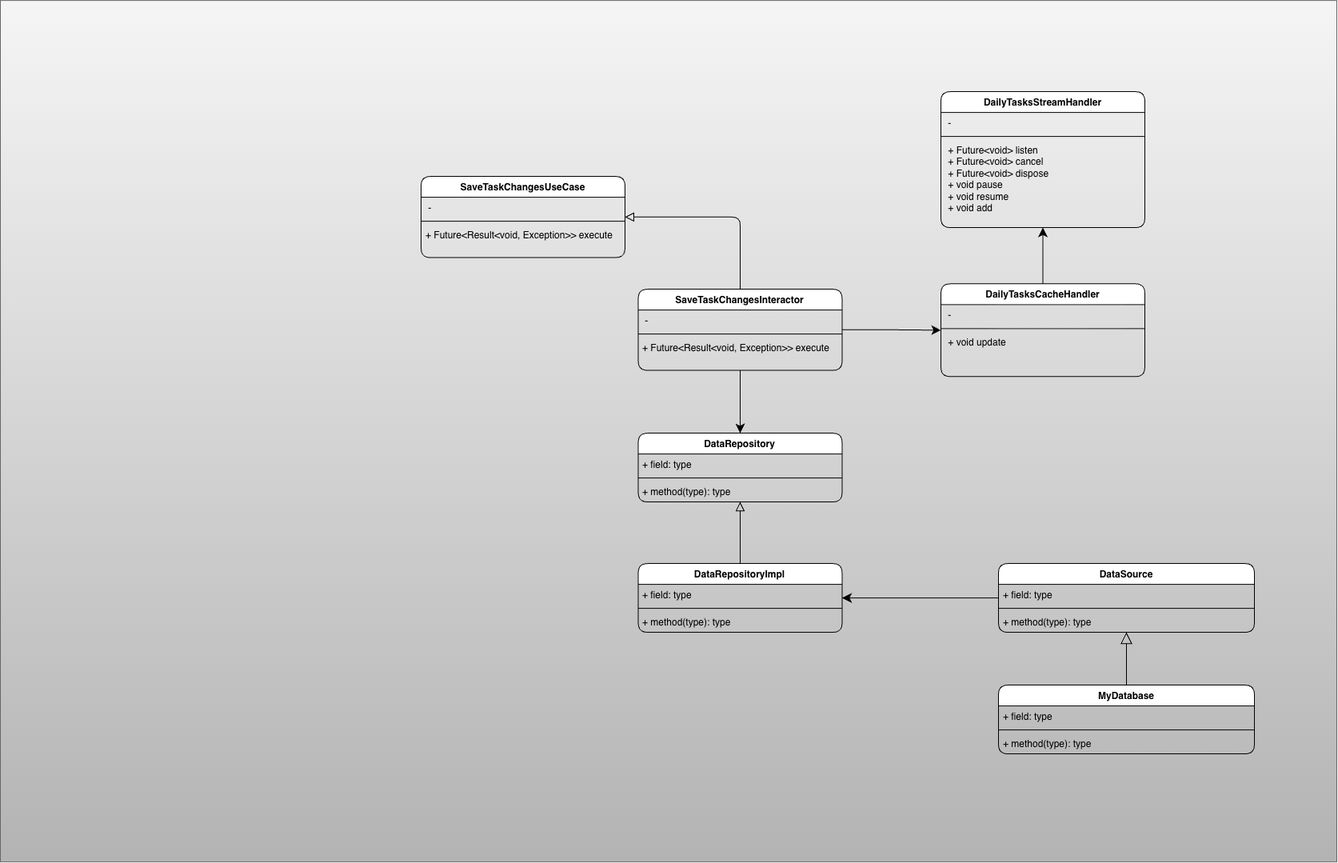
Earlier version of the draw.io export architecture/save_task_changes.drawio.png (champi-flutter/three_tasks). Source tidied: cells renumbered, new cells last; positions are measured from the earlier drawing's top-left corner, leaving out a move shared by most shapes.
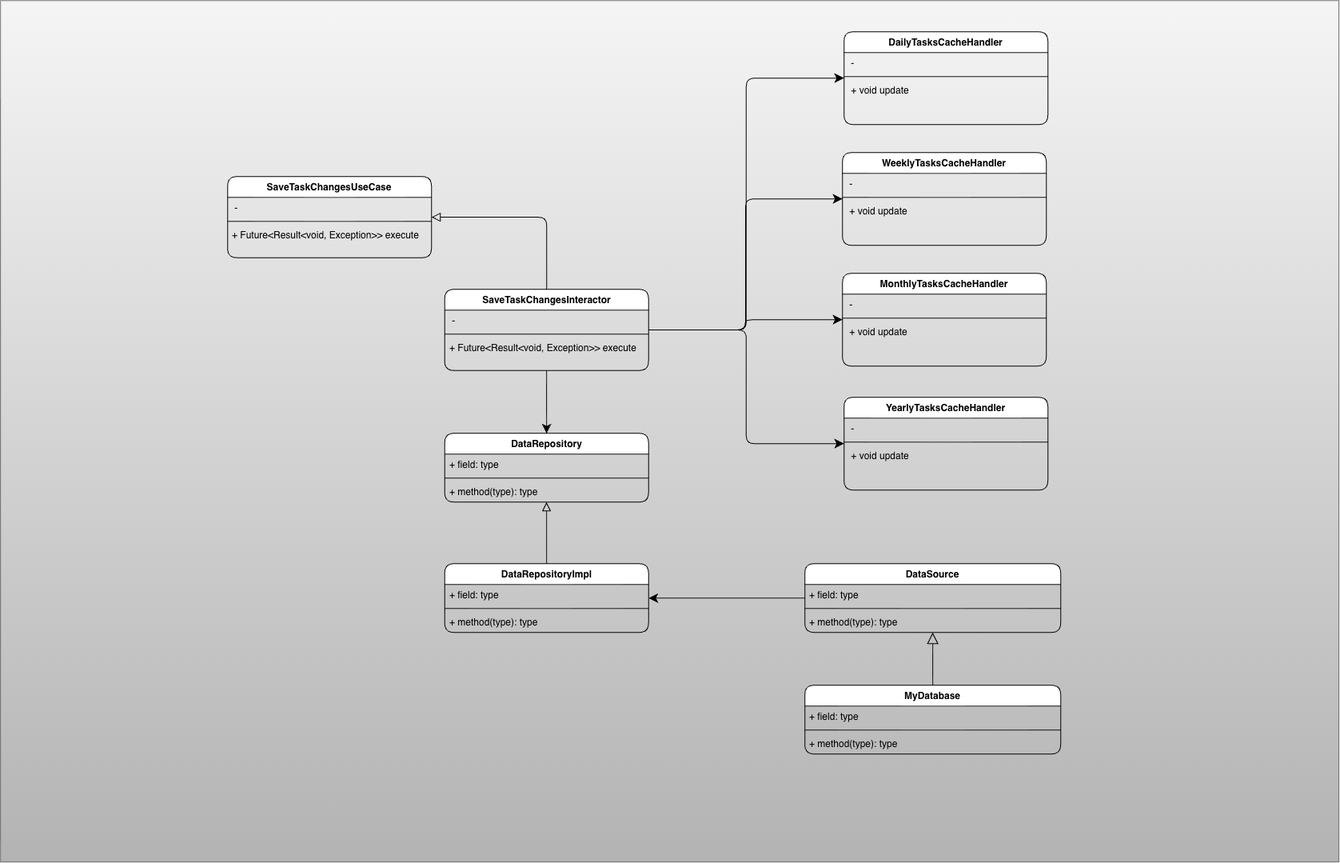
Above is the later version.

Commit message:
watch_daily_tasks 修正

What changed in the source:
```diff
@@ -3,7 +3,7 @@
     <mxCell id="0" />
     <mxCell id="1" parent="0" />
     <mxCell id="2" style="rounded=0;whiteSpace=wrap;html=1;fillColor=#f5f5f5;gradientColor=#b3b3b3;strokeColor=#666666;" parent="1" vertex="1">
-      <mxGeometry width="1671" height="1077" as="geometry" />
+      <mxGeometry x="242" width="1674" height="1077" as="geometry" />
     </mxCell>
     <mxCell id="3" style="edgeStyle=orthogonalEdgeStyle;shape=connector;rounded=1;jettySize=auto;html=1;entryX=0.5;entryY=0;entryDx=0;entryDy=0;strokeColor=default;align=center;verticalAlign=middle;fontFamily=Helvetica;fontSize=11;fontColor=default;labelBackgroundColor=default;startSize=9;endArrow=classic;endSize=9;curved=0;" parent="1" edge="1" source="6" target="10">
       <mxGeometry relative="1" as="geometry" />
@@ -14,6 +14,15 @@
     <mxCell id="5" style="edgeStyle=orthogonalEdgeStyle;shape=connector;curved=0;rounded=1;jettySize=auto;html=1;entryX=0;entryY=0.5;entryDx=0;entryDy=0;strokeColor=default;align=center;verticalAlign=middle;fontFamily=Helvetica;fontSize=11;fontColor=default;labelBackgroundColor=default;startSize=9;endArrow=classic;endSize=9;" parent="1" edge="1" source="6" target="38">
       <mxGeometry relative="1" as="geometry" />
     </mxCell>
+    <mxCell id="42" style="edgeStyle=orthogonalEdgeStyle;shape=connector;curved=0;rounded=1;jettySize=auto;html=1;entryX=0;entryY=0.5;entryDx=0;entryDy=0;strokeColor=default;align=center;verticalAlign=middle;fontFamily=Helvetica;fontSize=11;fontColor=default;labelBackgroundColor=default;startSize=9;endArrow=classic;endSize=9;" parent="1" edge="1" source="6" target="53">
+      <mxGeometry relative="1" as="geometry" />
+    </mxCell>
+    <mxCell id="43" style="edgeStyle=orthogonalEdgeStyle;shape=connector;curved=0;rounded=1;jettySize=auto;html=1;exitX=1;exitY=0.5;exitDx=0;exitDy=0;entryX=0;entryY=0.5;entryDx=0;entryDy=0;strokeColor=default;align=center;verticalAlign=middle;fontFamily=Helvetica;fontSize=11;fontColor=default;labelBackgroundColor=default;startSize=9;endArrow=classic;endSize=9;" parent="1" edge="1" source="6" target="49">
+      <mxGeometry relative="1" as="geometry" />
+    </mxCell>
+    <mxCell id="44" style="edgeStyle=orthogonalEdgeStyle;shape=connector;curved=0;rounded=1;jettySize=auto;html=1;entryX=0;entryY=0.5;entryDx=0;entryDy=0;strokeColor=default;align=center;verticalAlign=middle;fontFamily=Helvetica;fontSize=11;fontColor=default;labelBackgroundColor=default;startSize=9;endArrow=classic;endSize=9;" parent="1" edge="1" source="6" target="45">
+      <mxGeometry relative="1" as="geometry" />
+    </mxCell>
     <mxCell id="6" value="SaveTaskChangesInteractor" style="swimlane;fontStyle=1;align=center;verticalAlign=top;horizontal=1;startSize=26;whiteSpace=wrap;html=1;rounded=1;" parent="1" vertex="1">
       <mxGeometry x="797.5" y="361" width="255" height="101.5" as="geometry" />
     </mxCell>
@@ -95,23 +104,8 @@
     <mxCell id="32" value="+ Future&amp;lt;Result&amp;lt;void, Exception&amp;gt;&amp;gt; execute" style="text;strokeColor=none;fillColor=none;align=left;verticalAlign=top;spacingLeft=4;spacingRight=4;overflow=hidden;whiteSpace=wrap;html=1;rounded=1;" parent="29" vertex="1">
       <mxGeometry y="60" width="255" height="41.5" as="geometry" />
     </mxCell>
-    <mxCell id="33" value="DailyTasksStreamHandler" style="swimlane;fontStyle=1;align=center;verticalAlign=top;horizontal=1;startSize=26;whiteSpace=wrap;html=1;rounded=1;" parent="1" vertex="1">
-      <mxGeometry x="1176" y="114" width="255" height="170" as="geometry" />
-    </mxCell>
-    <mxCell id="34" value="&amp;nbsp;-&amp;nbsp;" style="text;strokeColor=none;fillColor=none;align=left;verticalAlign=top;spacingLeft=4;spacingRight=4;overflow=hidden;whiteSpace=wrap;html=1;rounded=1;" parent="33" vertex="1">
-      <mxGeometry y="26" width="255" height="26" as="geometry" />
-    </mxCell>
-    <mxCell id="35" style="line;strokeWidth=1;fillColor=none;align=left;verticalAlign=middle;spacingTop=-1;spacingLeft=3;spacingRight=3;labelPosition=right;strokeColor=inherit;rounded=1;" parent="33" vertex="1">
-      <mxGeometry y="52" width="255" height="8" as="geometry" />
-    </mxCell>
-    <mxCell id="36" value="&amp;nbsp;+ &lt;span style=&quot;background-color: transparent;&quot;&gt;Future&amp;lt;void&amp;gt; listen&lt;/span&gt;&lt;div&gt;&lt;span style=&quot;background-color: transparent; color: light-dark(rgb(0, 0, 0), rgb(255, 255, 255));&quot;&gt;&amp;nbsp;+ &lt;/span&gt;&lt;span style=&quot;background-color: transparent;&quot;&gt;Future&amp;lt;void&amp;gt; cancel&lt;/span&gt;&lt;/div&gt;&lt;div&gt;&lt;span style=&quot;background-color: transparent;&quot;&gt;&amp;nbsp;+ &lt;/span&gt;&lt;span style=&quot;background-color: transparent;&quot;&gt;Future&amp;lt;void&amp;gt; dispose&lt;/span&gt;&lt;/div&gt;&lt;div&gt;&lt;span style=&quot;background-color: transparent;&quot;&gt;&amp;nbsp;+ &lt;/span&gt;&lt;span style=&quot;background-color: transparent;&quot;&gt;void pause&lt;/span&gt;&lt;/div&gt;&lt;div&gt;&lt;span style=&quot;background-color: transparent;&quot;&gt;&amp;nbsp;+ &lt;/span&gt;&lt;span style=&quot;background-color: transparent;&quot;&gt;void resume&lt;/span&gt;&lt;/div&gt;&lt;div&gt;&lt;span style=&quot;background-color: transparent;&quot;&gt;&amp;nbsp;+ void add&lt;/span&gt;&lt;/div&gt;" style="text;strokeColor=none;fillColor=none;align=left;verticalAlign=top;spacingLeft=4;spacingRight=4;overflow=hidden;whiteSpace=wrap;html=1;rounded=1;" parent="33" vertex="1">
-      <mxGeometry y="60" width="255" height="110" as="geometry" />
-    </mxCell>
-    <mxCell id="37" style="edgeStyle=orthogonalEdgeStyle;shape=connector;curved=0;rounded=1;jettySize=auto;html=1;entryX=0.5;entryY=1;entryDx=0;entryDy=0;strokeColor=default;align=center;verticalAlign=middle;fontFamily=Helvetica;fontSize=11;fontColor=default;labelBackgroundColor=default;startSize=9;endArrow=classic;endSize=9;" parent="1" edge="1" source="38" target="33">
-      <mxGeometry relative="1" as="geometry" />
-    </mxCell>
     <mxCell id="38" value="DailyTasksCacheHandler" style="swimlane;fontStyle=1;align=center;verticalAlign=top;horizontal=1;startSize=26;whiteSpace=wrap;html=1;rounded=1;" parent="1" vertex="1">
-      <mxGeometry x="1176" y="354.2" width="255" height="116" as="geometry" />
+      <mxGeometry x="1297" y="39" width="255" height="116" as="geometry" />
     </mxCell>
     <mxCell id="39" value="&amp;nbsp;-&amp;nbsp;" style="text;strokeColor=none;fillColor=none;align=left;verticalAlign=top;spacingLeft=4;spacingRight=4;overflow=hidden;whiteSpace=wrap;html=1;rounded=1;" parent="38" vertex="1">
       <mxGeometry y="26" width="255" height="26" as="geometry" />
@@ -122,5 +116,41 @@
     <mxCell id="41" value="&lt;div&gt;&amp;nbsp;+ void update&lt;br&gt;&lt;/div&gt;" style="text;strokeColor=none;fillColor=none;align=left;verticalAlign=top;spacingLeft=4;spacingRight=4;overflow=hidden;whiteSpace=wrap;html=1;rounded=1;" parent="38" vertex="1">
       <mxGeometry y="60" width="255" height="56" as="geometry" />
     </mxCell>
+    <mxCell id="45" value="YearlyTasksCacheHandler" style="swimlane;fontStyle=1;align=center;verticalAlign=top;horizontal=1;startSize=26;whiteSpace=wrap;html=1;rounded=1;" parent="1" vertex="1">
+      <mxGeometry x="1297" y="496" width="255" height="116" as="geometry" />
+    </mxCell>
+    <mxCell id="46" value="&amp;nbsp;-&amp;nbsp;" style="text;strokeColor=none;fillColor=none;align=left;verticalAlign=top;spacingLeft=4;spacingRight=4;overflow=hidden;whiteSpace=wrap;html=1;rounded=1;" parent="45" vertex="1">
+      <mxGeometry y="26" width="255" height="26" as="geometry" />
+    </mxCell>
+    <mxCell id="47" style="line;strokeWidth=1;fillColor=none;align=left;verticalAlign=middle;spacingTop=-1;spacingLeft=3;spacingRight=3;labelPosition=right;strokeColor=inherit;rounded=1;" parent="45" vertex="1">
+      <mxGeometry y="52" width="255" height="8" as="geometry" />
+    </mxCell>
+    <mxCell id="48" value="&lt;div&gt;&amp;nbsp;+ void update&lt;br&gt;&lt;/div&gt;" style="text;strokeColor=none;fillColor=none;align=left;verticalAlign=top;spacingLeft=4;spacingRight=4;overflow=hidden;whiteSpace=wrap;html=1;rounded=1;" parent="45" vertex="1">
+      <mxGeometry y="60" width="255" height="56" as="geometry" />
+    </mxCell>
+    <mxCell id="49" value="MonthlyTasksCacheHandler" style="swimlane;fontStyle=1;align=center;verticalAlign=top;horizontal=1;startSize=26;whiteSpace=wrap;html=1;rounded=1;" parent="1" vertex="1">
+      <mxGeometry x="1295" y="341" width="255" height="116" as="geometry" />
+    </mxCell>
+    <mxCell id="50" value="&amp;nbsp;-&amp;nbsp;" style="text;strokeColor=none;fillColor=none;align=left;verticalAlign=top;spacingLeft=4;spacingRight=4;overflow=hidden;whiteSpace=wrap;html=1;rounded=1;" parent="49" vertex="1">
+      <mxGeometry y="26" width="255" height="26" as="geometry" />
+    </mxCell>
+    <mxCell id="51" style="line;strokeWidth=1;fillColor=none;align=left;verticalAlign=middle;spacingTop=-1;spacingLeft=3;spacingRight=3;labelPosition=right;strokeColor=inherit;rounded=1;" parent="49" vertex="1">
+      <mxGeometry y="52" width="255" height="8" as="geometry" />
+    </mxCell>
+    <mxCell id="52" value="&lt;div&gt;&amp;nbsp;+ void update&lt;br&gt;&lt;/div&gt;" style="text;strokeColor=none;fillColor=none;align=left;verticalAlign=top;spacingLeft=4;spacingRight=4;overflow=hidden;whiteSpace=wrap;html=1;rounded=1;" parent="49" vertex="1">
+      <mxGeometry y="60" width="255" height="56" as="geometry" />
+    </mxCell>
+    <mxCell id="53" value="WeeklyTasksCacheHandler" style="swimlane;fontStyle=1;align=center;verticalAlign=top;horizontal=1;startSize=26;whiteSpace=wrap;html=1;rounded=1;" parent="1" vertex="1">
+      <mxGeometry x="1295" y="190" width="255" height="116" as="geometry" />
+    </mxCell>
+    <mxCell id="54" value="&amp;nbsp;-&amp;nbsp;" style="text;strokeColor=none;fillColor=none;align=left;verticalAlign=top;spacingLeft=4;spacingRight=4;overflow=hidden;whiteSpace=wrap;html=1;rounded=1;" parent="53" vertex="1">
+      <mxGeometry y="26" width="255" height="26" as="geometry" />
+    </mxCell>
+    <mxCell id="55" style="line;strokeWidth=1;fillColor=none;align=left;verticalAlign=middle;spacingTop=-1;spacingLeft=3;spacingRight=3;labelPosition=right;strokeColor=inherit;rounded=1;" parent="53" vertex="1">
+      <mxGeometry y="52" width="255" height="8" as="geometry" />
+    </mxCell>
+    <mxCell id="56" value="&lt;div&gt;&amp;nbsp;+ void update&lt;br&gt;&lt;/div&gt;" style="text;strokeColor=none;fillColor=none;align=left;verticalAlign=top;spacingLeft=4;spacingRight=4;overflow=hidden;whiteSpace=wrap;html=1;rounded=1;" parent="53" vertex="1">
+      <mxGeometry y="60" width="255" height="56" as="geometry" />
+    </mxCell>
   </root>
 </mxGraphModel>
```
